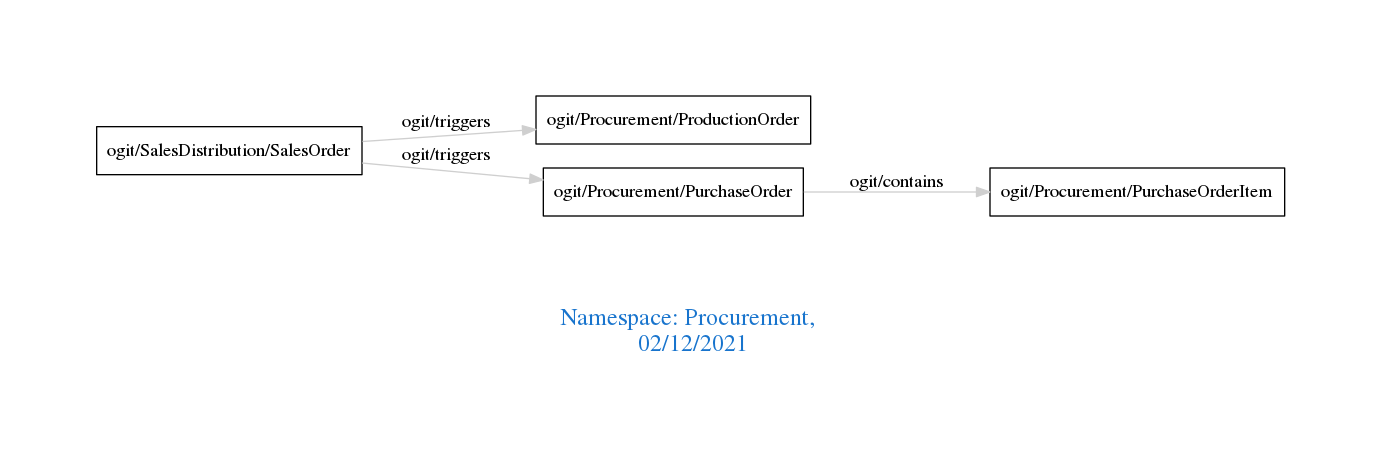
Above: downloads/Procurement.png in arago/OGIT (Graphviz), before the change. Its source is kept beside it as downloads/Procurement.dot.
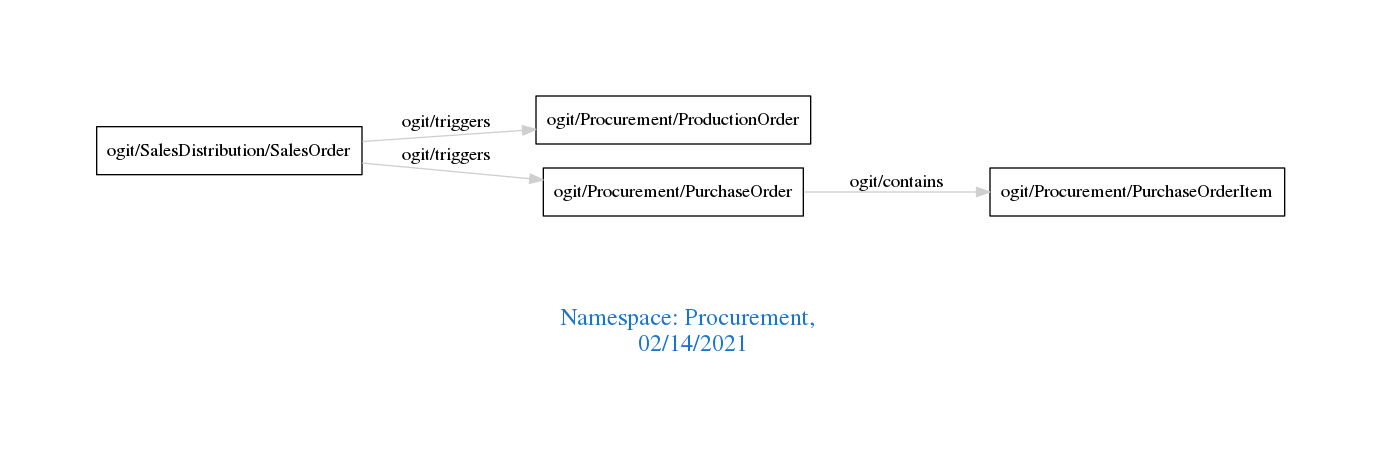
Above is the later version.

The edit, as a diff of the source:
```diff
@@ -1,7 +1,7 @@
 digraph OGIT_ontology {
  graph [ rankdir= LR,pad=1
 fontsize = 18,
-fontcolor= dodgerblue3,label = "\n\n\nNamespace: Procurement, \n 02/12/2021"];
+fontcolor= dodgerblue3,label = "\n\n\nNamespace: Procurement, \n 02/14/2021"];
 node[shape=polygon];
 edge [  color="gray81"];
 
```
